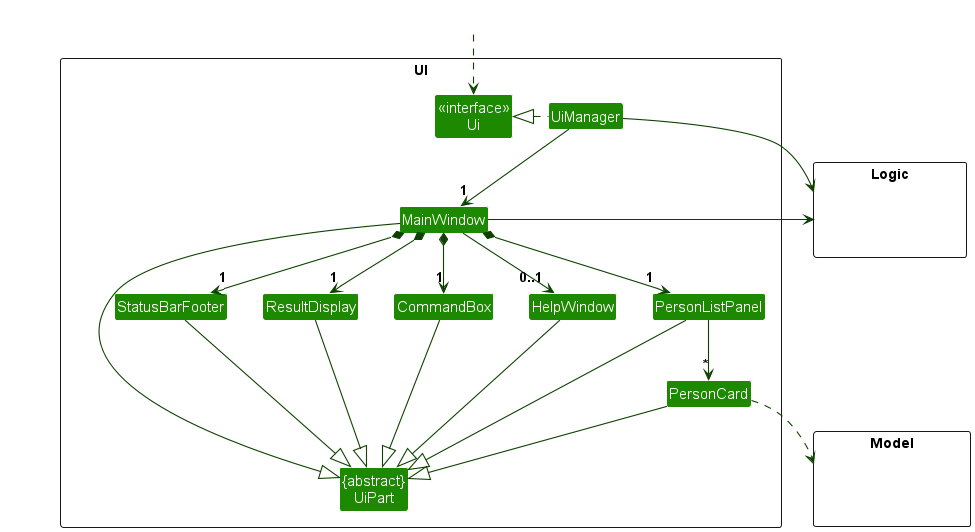
Above: docs/images/UiClassDiagram.png in samuelthen/tp (PlantUML), before the change. The source it was exported from:
```plantuml
@startuml
!include style.puml
skinparam arrowThickness 1.1
skinparam arrowColor UI_COLOR_T4
skinparam classBackgroundColor UI_COLOR

package UI <<Rectangle>>{
Class "<<interface>>\nUi" as Ui
Class "{abstract}\nUiPart" as UiPart
Class UiManager
Class MainWindow
Class HelpWindow
Class ResultDisplay
Class PersonListPanel
Class PersonCard
Class StatusBarFooter
Class CommandBox
}

package Model <<Rectangle>> {
Class HiddenModel #FFFFFF
}

package Logic <<Rectangle>> {
Class HiddenLogic #FFFFFF
}

Class HiddenOutside #FFFFFF
HiddenOutside ..> Ui

UiManager .left.|> Ui
UiManager -down-> "1" MainWindow
MainWindow *-down->  "1" CommandBox
MainWindow *-down-> "1" ResultDisplay
MainWindow *-down-> "1" PersonListPanel
MainWindow *-down-> "1" StatusBarFooter
MainWindow --> "0..1" HelpWindow

PersonListPanel -down-> "*" PersonCard

MainWindow -left-|> UiPart

ResultDisplay --|> UiPart
CommandBox --|> UiPart
PersonListPanel --|> UiPart
PersonCard --|> UiPart
StatusBarFooter --|> UiPart
HelpWindow --|> UiPart

PersonCard ..> Model
UiManager -right-> Logic
MainWindow -left-> Logic

PersonListPanel -[hidden]left- HelpWindow
HelpWindow -[hidden]left- CommandBox
CommandBox -[hidden]left- ResultDisplay
ResultDisplay -[hidden]left- StatusBarFooter

MainWindow -[hidden]-|> UiPart
@enduml
```
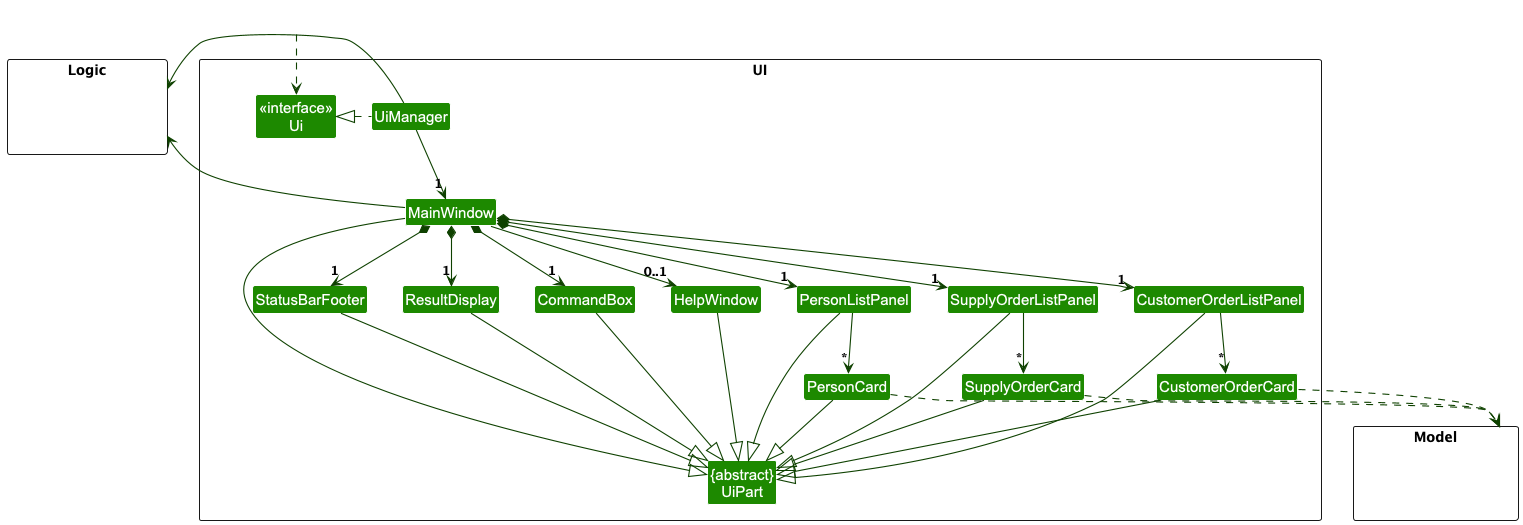
The same file after the commit.

Diff of the diagram source:
```diff
@@ -12,7 +12,11 @@
 Class HelpWindow
 Class ResultDisplay
 Class PersonListPanel
+Class SupplyOrderListPanel
+Class CustomerOrderListPanel
 Class PersonCard
+Class SupplyOrderCard
+Class CustomerOrderCard
 Class StatusBarFooter
 Class CommandBox
 }
@@ -33,21 +37,31 @@
 MainWindow *-down->  "1" CommandBox
 MainWindow *-down-> "1" ResultDisplay
 MainWindow *-down-> "1" PersonListPanel
+MainWindow *-down-> "1" SupplyOrderListPanel
+MainWindow *-down-> "1" CustomerOrderListPanel
 MainWindow *-down-> "1" StatusBarFooter
 MainWindow --> "0..1" HelpWindow
 
 PersonListPanel -down-> "*" PersonCard
+SupplyOrderListPanel -down-> "*" SupplyOrderCard
+CustomerOrderListPanel -down-> "*" CustomerOrderCard
 
 MainWindow -left-|> UiPart
 
 ResultDisplay --|> UiPart
 CommandBox --|> UiPart
 PersonListPanel --|> UiPart
+SupplyOrderListPanel --|> UiPart
+CustomerOrderListPanel --|> UiPart
 PersonCard --|> UiPart
+SupplyOrderCard --|> UiPart
+CustomerOrderCard --|> UiPart
 StatusBarFooter --|> UiPart
 HelpWindow --|> UiPart
 
 PersonCard ..> Model
+SupplyOrderCard ..> Model
+CustomerOrderCard ..> Model
 UiManager -right-> Logic
 MainWindow -left-> Logic
 
```
